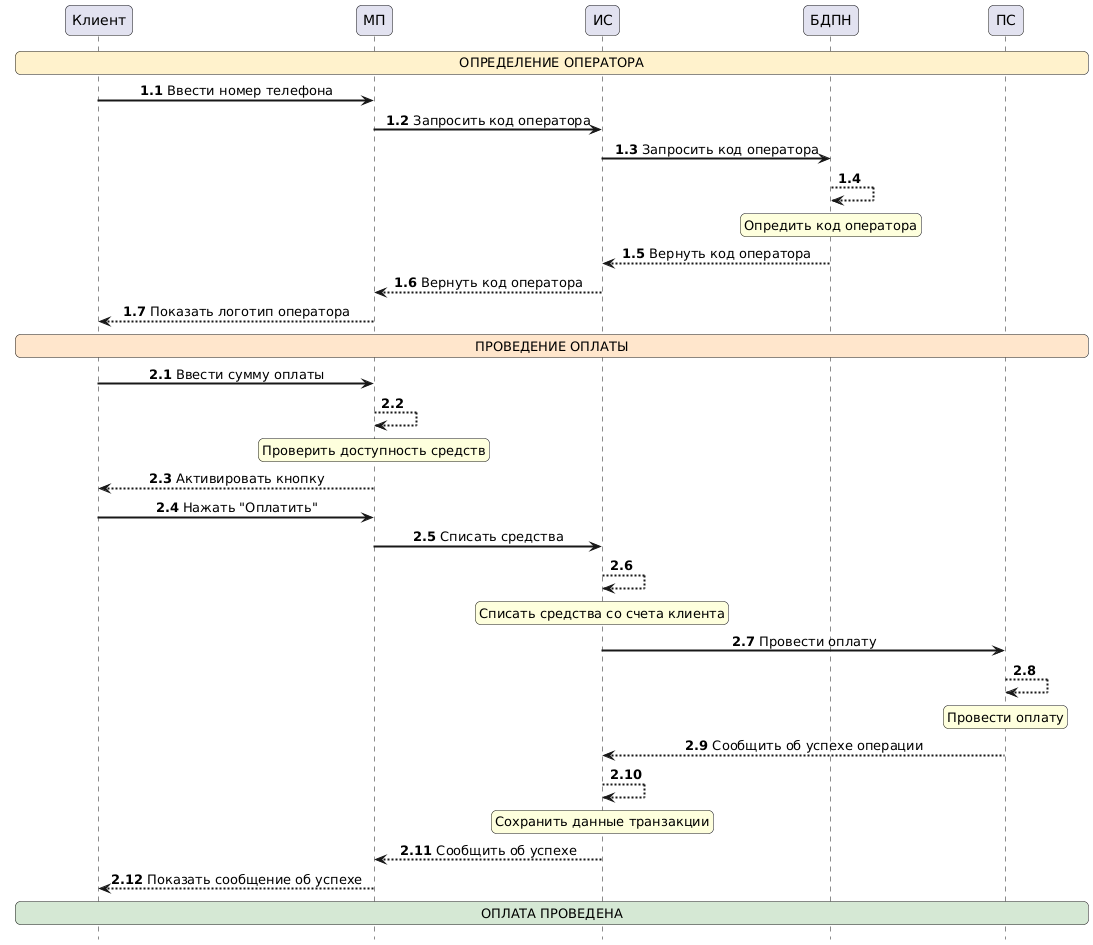
The PlantUML diagram Screens/Phone_pay.png in is318/test, before a commit.
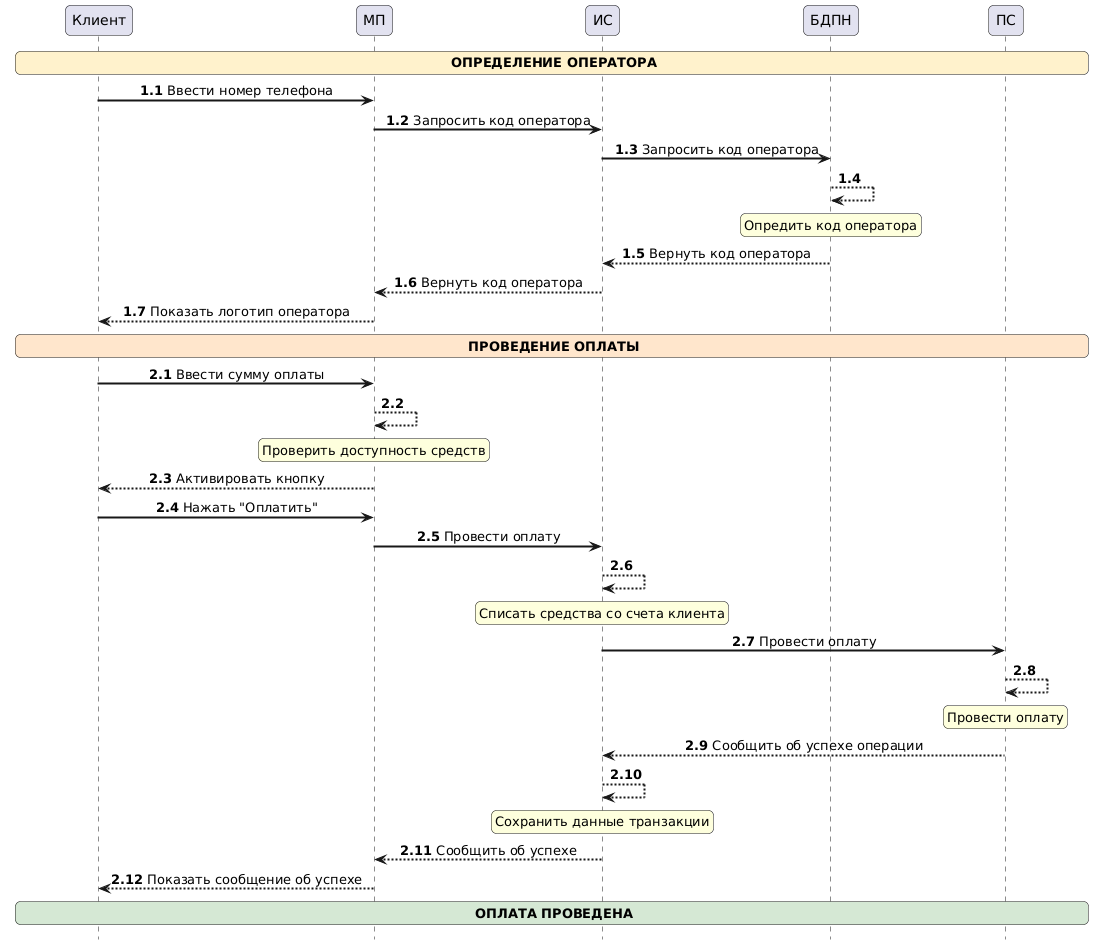
After the change.

Diff of the diagram source:
```diff
@@ -12,7 +12,7 @@
 participant ПС
 
 
-rnote across #FFF2CC: ОПРЕДЕЛЕНИЕ ОПЕРАТОРА
+rnote across #FFF2CC: <b> ОПРЕДЕЛЕНИЕ ОПЕРАТОРА
 autonumber 1.1
 Клиент -> МП: Ввести номер телефона
 МП -> ИС: Запросить код оператора
@@ -25,7 +25,8 @@
 ИС --> МП: Вернуть код оператора
 МП --> Клиент: Показать логотип оператора
 
-rnote across #FFE6CC: ПРОВЕДЕНИЕ ОПЛАТЫ
+
+rnote across #FFE6CC: <b> ПРОВЕДЕНИЕ ОПЛАТЫ
 autonumber 2.1
 Клиент -> МП: Ввести сумму оплаты
 МП --> МП:
@@ -34,7 +35,7 @@
 end note
 МП --> Клиент: Активировать кнопку
 Клиент -> МП: Нажать "Оплатить"
-МП -> ИС: Списать средства
+МП -> ИС: Провести оплату
 ИС --> ИС:
 rnote over ИС
 Списать средства со счета клиента
@@ -51,5 +52,5 @@
 end note
 ИС --> МП: Сообщить об успехе
 МП --> Клиент: Показать сообщение об успехе
-rnote across #D5E8D4: ОПЛАТА ПРОВЕДЕНА
+rnote across #D5E8D4: <b> ОПЛАТА ПРОВЕДЕНА
 @enduml
```
